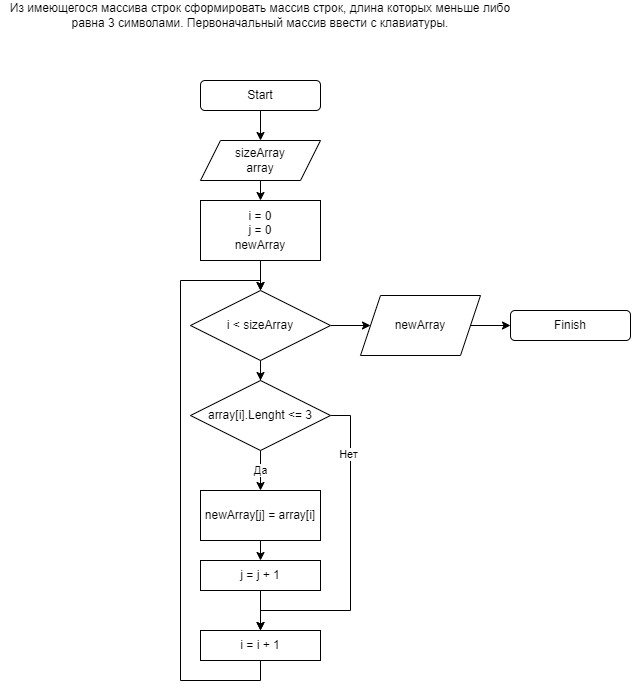
The draw.io diagram diagram/Итоговая работа.png in Landlord1987/Choosing-a-specialization, before a commit. Source tidied: cells renumbered, new cells last; positions are measured from the earlier drawing's top-left corner, leaving out a move shared by most shapes.
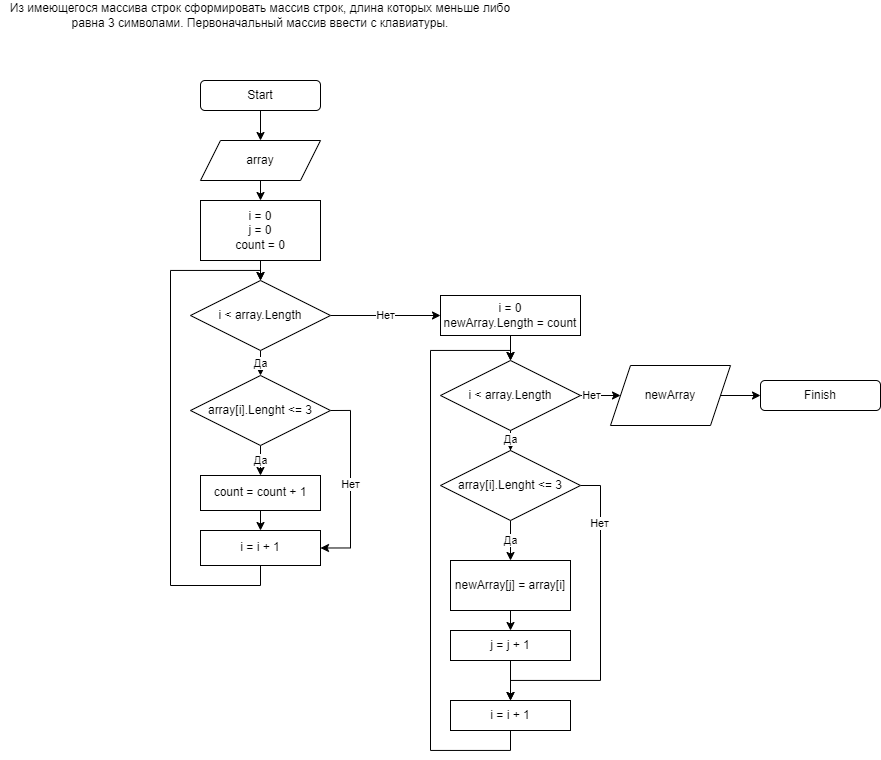
The same file after the commit.

What changed in the source:
```diff
@@ -3,34 +3,34 @@
     <mxCell id="0" />
     <mxCell id="1" parent="0" />
     <mxCell id="2" value="Из имеющегося массива строк сформировать массив строк, длина которых меньше либо равна 3 символами. Первоначальный массив ввести с клавиатуры." style="text;html=1;strokeColor=none;fillColor=none;align=center;verticalAlign=middle;whiteSpace=wrap;rounded=0;" parent="1" vertex="1">
-      <mxGeometry width="520" height="30" as="geometry" />
+      <mxGeometry x="-250" y="-70" width="520" height="30" as="geometry" />
     </mxCell>
     <mxCell id="3" style="edgeStyle=orthogonalEdgeStyle;rounded=0;jettySize=auto;html=1;exitX=0.5;exitY=1;exitDx=0;exitDy=0;" parent="1" edge="1" source="4" target="6">
       <mxGeometry relative="1" as="geometry" />
     </mxCell>
     <mxCell id="4" value="Start" style="rounded=1;whiteSpace=wrap;html=1;" parent="1" vertex="1">
-      <mxGeometry x="200" y="80" width="120" height="30" as="geometry" />
+      <mxGeometry x="-50" y="10" width="120" height="30" as="geometry" />
     </mxCell>
     <mxCell id="5" style="edgeStyle=orthogonalEdgeStyle;rounded=0;jettySize=auto;html=1;exitX=0.5;exitY=1;exitDx=0;exitDy=0;entryX=0.5;entryY=0;entryDx=0;entryDy=0;" parent="1" edge="1" source="6" target="11">
       <mxGeometry relative="1" as="geometry" />
     </mxCell>
-    <mxCell id="6" value="sizeArray&lt;br&gt;array" style="shape=parallelogram;perimeter=parallelogramPerimeter;whiteSpace=wrap;html=1;fixedSize=1;" parent="1" vertex="1">
-      <mxGeometry x="200" y="140" width="120" height="40" as="geometry" />
+    <mxCell id="6" value="array" style="shape=parallelogram;perimeter=parallelogramPerimeter;whiteSpace=wrap;html=1;fixedSize=1;" parent="1" vertex="1">
+      <mxGeometry x="-50" y="70" width="120" height="40" as="geometry" />
     </mxCell>
-    <mxCell id="7" style="edgeStyle=orthogonalEdgeStyle;rounded=0;jettySize=auto;html=1;exitX=0.5;exitY=1;exitDx=0;exitDy=0;" parent="1" edge="1" source="9" target="15">
+    <mxCell id="7" value="Да" style="edgeStyle=orthogonalEdgeStyle;rounded=0;jettySize=auto;html=1;exitX=0.5;exitY=1;exitDx=0;exitDy=0;" parent="1" edge="1" source="9" target="15">
       <mxGeometry relative="1" as="geometry" />
     </mxCell>
-    <mxCell id="8" style="edgeStyle=orthogonalEdgeStyle;rounded=0;jettySize=auto;html=1;exitX=1;exitY=0.5;exitDx=0;exitDy=0;" parent="1" edge="1" source="9" target="23">
+    <mxCell id="8" value="Нет" style="edgeStyle=orthogonalEdgeStyle;rounded=0;jettySize=auto;html=1;exitX=1;exitY=0.5;exitDx=0;exitDy=0;" parent="1" edge="1" source="9" target="23">
       <mxGeometry relative="1" as="geometry" />
     </mxCell>
-    <mxCell id="9" value="i &amp;lt; sizeArray" style="rhombus;whiteSpace=wrap;html=1;" parent="1" vertex="1">
+    <mxCell id="9" value="i &amp;lt; array.Length" style="rhombus;whiteSpace=wrap;html=1;" parent="1" vertex="1">
       <mxGeometry x="190" y="290" width="140" height="70" as="geometry" />
     </mxCell>
-    <mxCell id="10" style="edgeStyle=orthogonalEdgeStyle;rounded=0;jettySize=auto;html=1;exitX=0.5;exitY=1;exitDx=0;exitDy=0;entryX=0.5;entryY=0;entryDx=0;entryDy=0;" parent="1" edge="1" source="11" target="9">
-      <mxGeometry relative="1" as="geometry" />
-    </mxCell>
+    <mxCell id="25" style="edgeStyle=orthogonalEdgeStyle;rounded=0;jettySize=auto;html=1;exitX=0.5;exitY=1;exitDx=0;exitDy=0;entryX=0.5;entryY=0;entryDx=0;entryDy=0;" parent="1" edge="1" source="11" target="28">
+      <mxGeometry relative="1" as="geometry" />
+    </mxCell>
-    <mxCell id="11" value="i = 0&lt;br&gt;j = 0&lt;br&gt;newArray" style="rounded=0;whiteSpace=wrap;html=1;" parent="1" vertex="1">
-      <mxGeometry x="200" y="200" width="120" height="60" as="geometry" />
+    <mxCell id="11" value="i = 0&lt;br&gt;j = 0&lt;br&gt;count = 0" style="rounded=0;whiteSpace=wrap;html=1;" parent="1" vertex="1">
+      <mxGeometry x="-50" y="130" width="120" height="60" as="geometry" />
     </mxCell>
     <mxCell id="12" value="Да" style="edgeStyle=orthogonalEdgeStyle;rounded=0;jettySize=auto;html=1;exitX=0.5;exitY=1;exitDx=0;exitDy=0;entryX=0.5;entryY=0;entryDx=0;entryDy=0;" parent="1" edge="1" source="15" target="17">
       <mxGeometry relative="1" as="geometry" />
@@ -84,5 +84,55 @@
     <mxCell id="24" value="Finish" style="rounded=1;whiteSpace=wrap;html=1;" parent="1" vertex="1">
       <mxGeometry x="510" y="310" width="120" height="30" as="geometry" />
     </mxCell>
+    <mxCell id="26" value="Да" style="edgeStyle=orthogonalEdgeStyle;rounded=0;jettySize=auto;html=1;exitX=0.5;exitY=1;exitDx=0;exitDy=0;" parent="1" edge="1" source="28" target="31">
+      <mxGeometry relative="1" as="geometry" />
+    </mxCell>
+    <mxCell id="27" value="Нет" style="edgeStyle=orthogonalEdgeStyle;rounded=0;jettySize=auto;html=1;exitX=1;exitY=0.5;exitDx=0;exitDy=0;entryX=0;entryY=0.5;entryDx=0;entryDy=0;" parent="1" edge="1" source="28" target="37">
+      <mxGeometry relative="1" as="geometry" />
+    </mxCell>
+    <mxCell id="28" value="i &amp;lt; array.Length" style="rhombus;whiteSpace=wrap;html=1;" parent="1" vertex="1">
+      <mxGeometry x="-60" y="210" width="140" height="70" as="geometry" />
+    </mxCell>
+    <mxCell id="29" value="Да" style="edgeStyle=orthogonalEdgeStyle;rounded=0;jettySize=auto;html=1;exitX=0.5;exitY=1;exitDx=0;exitDy=0;entryX=0.5;entryY=0;entryDx=0;entryDy=0;" parent="1" edge="1" source="31" target="33">
+      <mxGeometry relative="1" as="geometry">
+        <Array as="points">
+          <mxPoint x="10" y="375" />
+          <mxPoint x="10" y="405" />
+        </Array>
+      </mxGeometry>
+    </mxCell>
+    <mxCell id="30" value="Нет" style="edgeStyle=orthogonalEdgeStyle;rounded=0;jettySize=auto;html=1;exitX=1;exitY=0.5;exitDx=0;exitDy=0;entryX=1;entryY=0.5;entryDx=0;entryDy=0;" parent="1" edge="1" source="31" target="35">
+      <mxGeometry relative="1" as="geometry" />
+    </mxCell>
+    <mxCell id="31" value="array[i].Lenght &amp;lt;= 3" style="rhombus;whiteSpace=wrap;html=1;" parent="1" vertex="1">
+      <mxGeometry x="-60" y="305" width="140" height="70" as="geometry" />
+    </mxCell>
+    <mxCell id="32" style="edgeStyle=orthogonalEdgeStyle;rounded=0;jettySize=auto;html=1;exitX=0.5;exitY=1;exitDx=0;exitDy=0;entryX=0.5;entryY=0;entryDx=0;entryDy=0;" parent="1" edge="1" source="33" target="35">
+      <mxGeometry relative="1" as="geometry" />
+    </mxCell>
+    <mxCell id="33" value="count = count + 1" style="rounded=0;whiteSpace=wrap;html=1;" parent="1" vertex="1">
+      <mxGeometry x="-50" y="405" width="120" height="35" as="geometry" />
+    </mxCell>
+    <mxCell id="34" style="edgeStyle=orthogonalEdgeStyle;rounded=0;jettySize=auto;html=1;exitX=0.5;exitY=1;exitDx=0;exitDy=0;" parent="1" edge="1" source="35">
+      <mxGeometry relative="1" as="geometry">
+        <mxPoint x="10" y="210" as="targetPoint" />
+        <Array as="points">
+          <mxPoint x="10" y="515" />
+          <mxPoint x="-80" y="515" />
+          <mxPoint x="-80" y="200" />
+        </Array>
+      </mxGeometry>
+    </mxCell>
+    <mxCell id="35" value="i = i + 1" style="rounded=0;whiteSpace=wrap;html=1;" parent="1" vertex="1">
+      <mxGeometry x="-50" y="460" width="120" height="35" as="geometry" />
+    </mxCell>
+    <mxCell id="36" style="edgeStyle=orthogonalEdgeStyle;rounded=0;jettySize=auto;html=1;exitX=0.5;exitY=1;exitDx=0;exitDy=0;" parent="1" edge="1" source="37">
+      <mxGeometry relative="1" as="geometry">
+        <mxPoint x="260" y="290" as="targetPoint" />
+      </mxGeometry>
+    </mxCell>
+    <mxCell id="37" value="i = 0&lt;br&gt;newArray.Length = count" style="rounded=0;whiteSpace=wrap;html=1;" parent="1" vertex="1">
+      <mxGeometry x="190" y="225" width="140" height="40" as="geometry" />
+    </mxCell>
   </root>
 </mxGraphModel>
```
